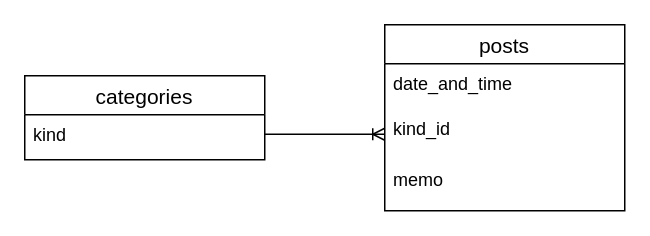
This is ER.dio from chiharu05/sleep_diary, a draw.io file, before an edit. Source tidied: cells renumbered, new cells numbered last; positions are measured from the earlier drawing's top-left corner, leaving out a move shared by most shapes. Both pictures are drawn from the tidied source at 150%, with x=0, y=0 at pixel (24, 24).
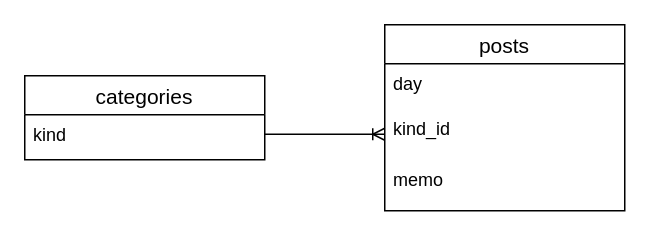
After the change.

Change to the diagram source:
```diff
@@
 <mxGraphModel>
   <root>
     <mxCell id="0" />
     <mxCell id="1" parent="0" />
     <mxCell id="2" value="categories" style="swimlane;fontStyle=0;horizontal=1;startSize=26;align=center;fontSize=14;" parent="1" vertex="1">
       <mxGeometry y="34" width="160" height="56" as="geometry" />
     </mxCell>
     <mxCell id="3" value="kind" style="text;strokeColor=none;fillColor=none;spacingLeft=4;spacingRight=4;overflow=hidden;fontSize=12;" parent="2" vertex="1">
       <mxGeometry y="26" width="160" height="30" as="geometry" />
     </mxCell>
     <mxCell id="4" value="posts" style="swimlane;fontStyle=0;horizontal=1;startSize=26;align=center;fontSize=14;" parent="1" vertex="1">
       <mxGeometry x="240" width="160" height="124" as="geometry" />
     </mxCell>
-    <mxCell id="5" value="date_and_time" style="text;strokeColor=none;fillColor=none;spacingLeft=4;spacingRight=4;overflow=hidden;fontSize=12;" parent="4" vertex="1">
+    <mxCell id="5" value="day" style="text;strokeColor=none;fillColor=none;spacingLeft=4;spacingRight=4;overflow=hidden;fontSize=12;" parent="4" vertex="1">
       <mxGeometry y="26" width="160" height="30" as="geometry" />
     </mxCell>
     <mxCell id="6" value="kind_id" style="text;strokeColor=none;fillColor=none;spacingLeft=4;spacingRight=4;overflow=hidden;points=[[0,0.5],[1,0.5]];portConstraint=eastwest;fontSize=12;" parent="4" vertex="1">
       <mxGeometry y="56" width="160" height="34" as="geometry" />
     </mxCell>
     <mxCell id="7" value="memo" style="text;strokeColor=none;fillColor=none;spacingLeft=4;spacingRight=4;overflow=hidden;fontSize=12;" parent="4" vertex="1">
       <mxGeometry y="90" width="160" height="34" as="geometry" />
     </mxCell>
     <mxCell id="8" style="fontSize=12;html=1;endArrow=ERoneToMany;entryX=0;entryY=0.5;entryDx=0;entryDy=0;" parent="1" edge="1" target="6">
       <mxGeometry relative="1" as="geometry">
         <mxPoint x="160" y="73" as="sourcePoint" />
       </mxGeometry>
     </mxCell>
   </root>
 </mxGraphModel>
```
